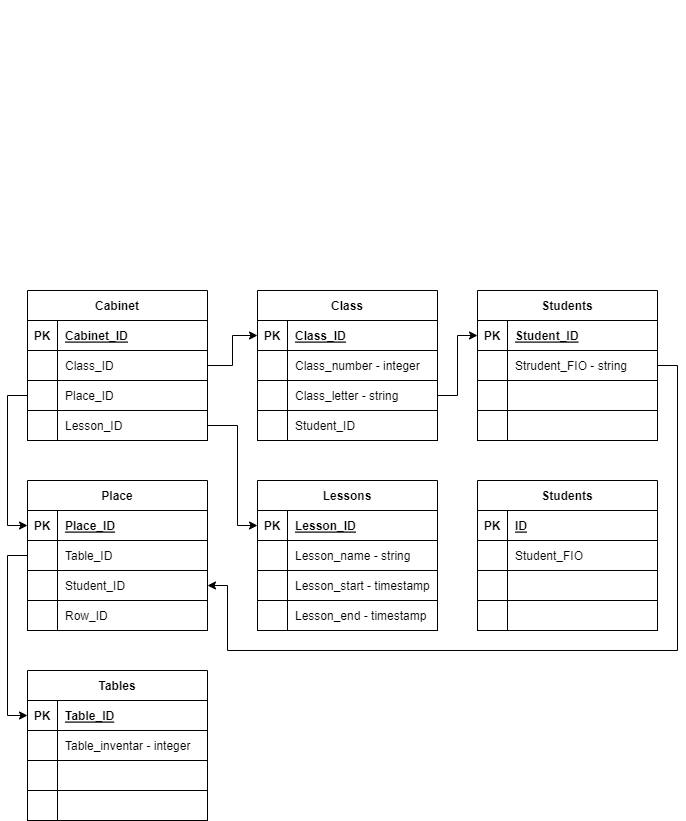
The draw.io diagram DZ3.drawio.png in kimstrong/Work_with_DB, before a commit. Source tidied: cells renumbered, new cells last; positions are measured from the earlier drawing's top-left corner, leaving out a move shared by most shapes.
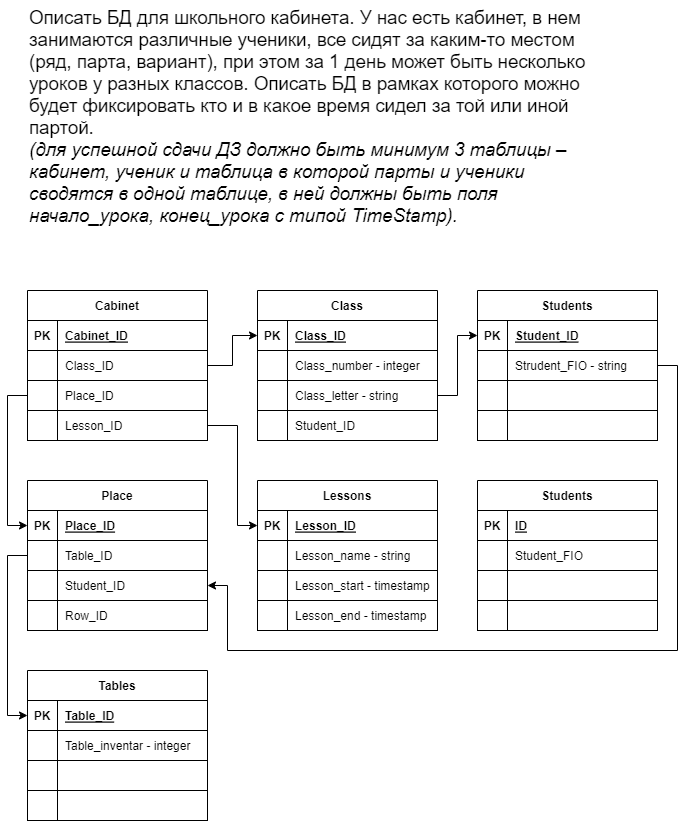
After the change.

Change to the diagram source:
```diff
@@ -2,7 +2,7 @@
   <root>
     <mxCell id="0" />
     <mxCell id="1" parent="0" />
-    <mxCell id="2" value="&lt;b id=&quot;docs-internal-guid-c1f47024-7fff-fc72-b1c9-f62be5b82fea&quot; style=&quot;font-weight: normal&quot;&gt;&lt;font color=&quot;#ffffff&quot;&gt;&lt;p style=&quot;line-height: 1.1781818181818182 ; margin-top: 0pt ; margin-bottom: 0pt&quot; dir=&quot;ltr&quot;&gt;&lt;span style=&quot;font-size: 14pt ; font-family: &amp;#34;arial&amp;#34; ; background-color: transparent ; font-weight: 400 ; font-style: normal ; font-variant: normal ; text-decoration: none ; vertical-align: baseline&quot;&gt;Описать БД для школьного кабинета. У нас есть кабинет, в нем занимаются различные ученики, все сидят за каким-то местом (ряд, парта, вариант), при этом за 1 день может быть несколько уроков у разных классов. Описать БД в рамках которого можно будет фиксировать кто и в какое время сидел за той или иной партой.&lt;/span&gt;&lt;/p&gt;&lt;p style=&quot;line-height: 1.1781818181818182 ; margin-top: 0pt ; margin-bottom: 0pt&quot; dir=&quot;ltr&quot;&gt;&lt;span style=&quot;font-size: 14pt ; font-family: &amp;#34;arial&amp;#34; ; background-color: transparent ; font-weight: 400 ; font-style: italic ; font-variant: normal ; text-decoration: none ; vertical-align: baseline&quot;&gt;(для успешной сдачи ДЗ должно быть минимум 3 таблицы – кабинет, ученик и таблица в которой парты и ученики сводятся в одной таблице, в ней должны быть поля начало_урока, конец_урока с типой TimeStamp).&amp;nbsp;&lt;/span&gt;&lt;/p&gt;&lt;/font&gt;&lt;/b&gt;" style="text;whiteSpace=wrap;html=1;fillColor=none;" parent="1" vertex="1">
+    <mxCell id="2" value="&lt;b id=&quot;docs-internal-guid-c1f47024-7fff-fc72-b1c9-f62be5b82fea&quot; style=&quot;font-weight: normal&quot;&gt;&lt;font color=&quot;#000000&quot;&gt;&lt;p style=&quot;line-height: 1.17818 ; margin-top: 0pt ; margin-bottom: 0pt&quot; dir=&quot;ltr&quot;&gt;&lt;span style=&quot;font-size: 14pt ; font-family: &amp;#34;arial&amp;#34; ; background-color: transparent ; font-weight: 400 ; font-style: normal ; font-variant: normal ; text-decoration: none ; vertical-align: baseline&quot;&gt;Описать БД для школьного кабинета. У нас есть кабинет, в нем занимаются различные ученики, все сидят за каким-то местом (ряд, парта, вариант), при этом за 1 день может быть несколько уроков у разных классов. Описать БД в рамках которого можно будет фиксировать кто и в какое время сидел за той или иной партой.&lt;/span&gt;&lt;/p&gt;&lt;p style=&quot;line-height: 1.17818 ; margin-top: 0pt ; margin-bottom: 0pt&quot; dir=&quot;ltr&quot;&gt;&lt;span style=&quot;font-size: 14pt ; font-family: &amp;#34;arial&amp;#34; ; background-color: transparent ; font-weight: 400 ; font-style: italic ; font-variant: normal ; text-decoration: none ; vertical-align: baseline&quot;&gt;(для успешной сдачи ДЗ должно быть минимум 3 таблицы – кабинет, ученик и таблица в которой парты и ученики сводятся в одной таблице, в ней должны быть поля начало_урока, конец_урока с типой TimeStamp).&amp;nbsp;&lt;/span&gt;&lt;/p&gt;&lt;/font&gt;&lt;/b&gt;" style="text;whiteSpace=wrap;html=1;fillColor=none;" parent="1" vertex="1">
       <mxGeometry width="560" height="260" as="geometry" />
     </mxCell>
     <mxCell id="3" style="edgeStyle=orthogonalEdgeStyle;rounded=0;jettySize=auto;html=1;entryX=0;entryY=0.5;entryDx=0;entryDy=0;" parent="1" edge="1" source="4" target="18">
```
